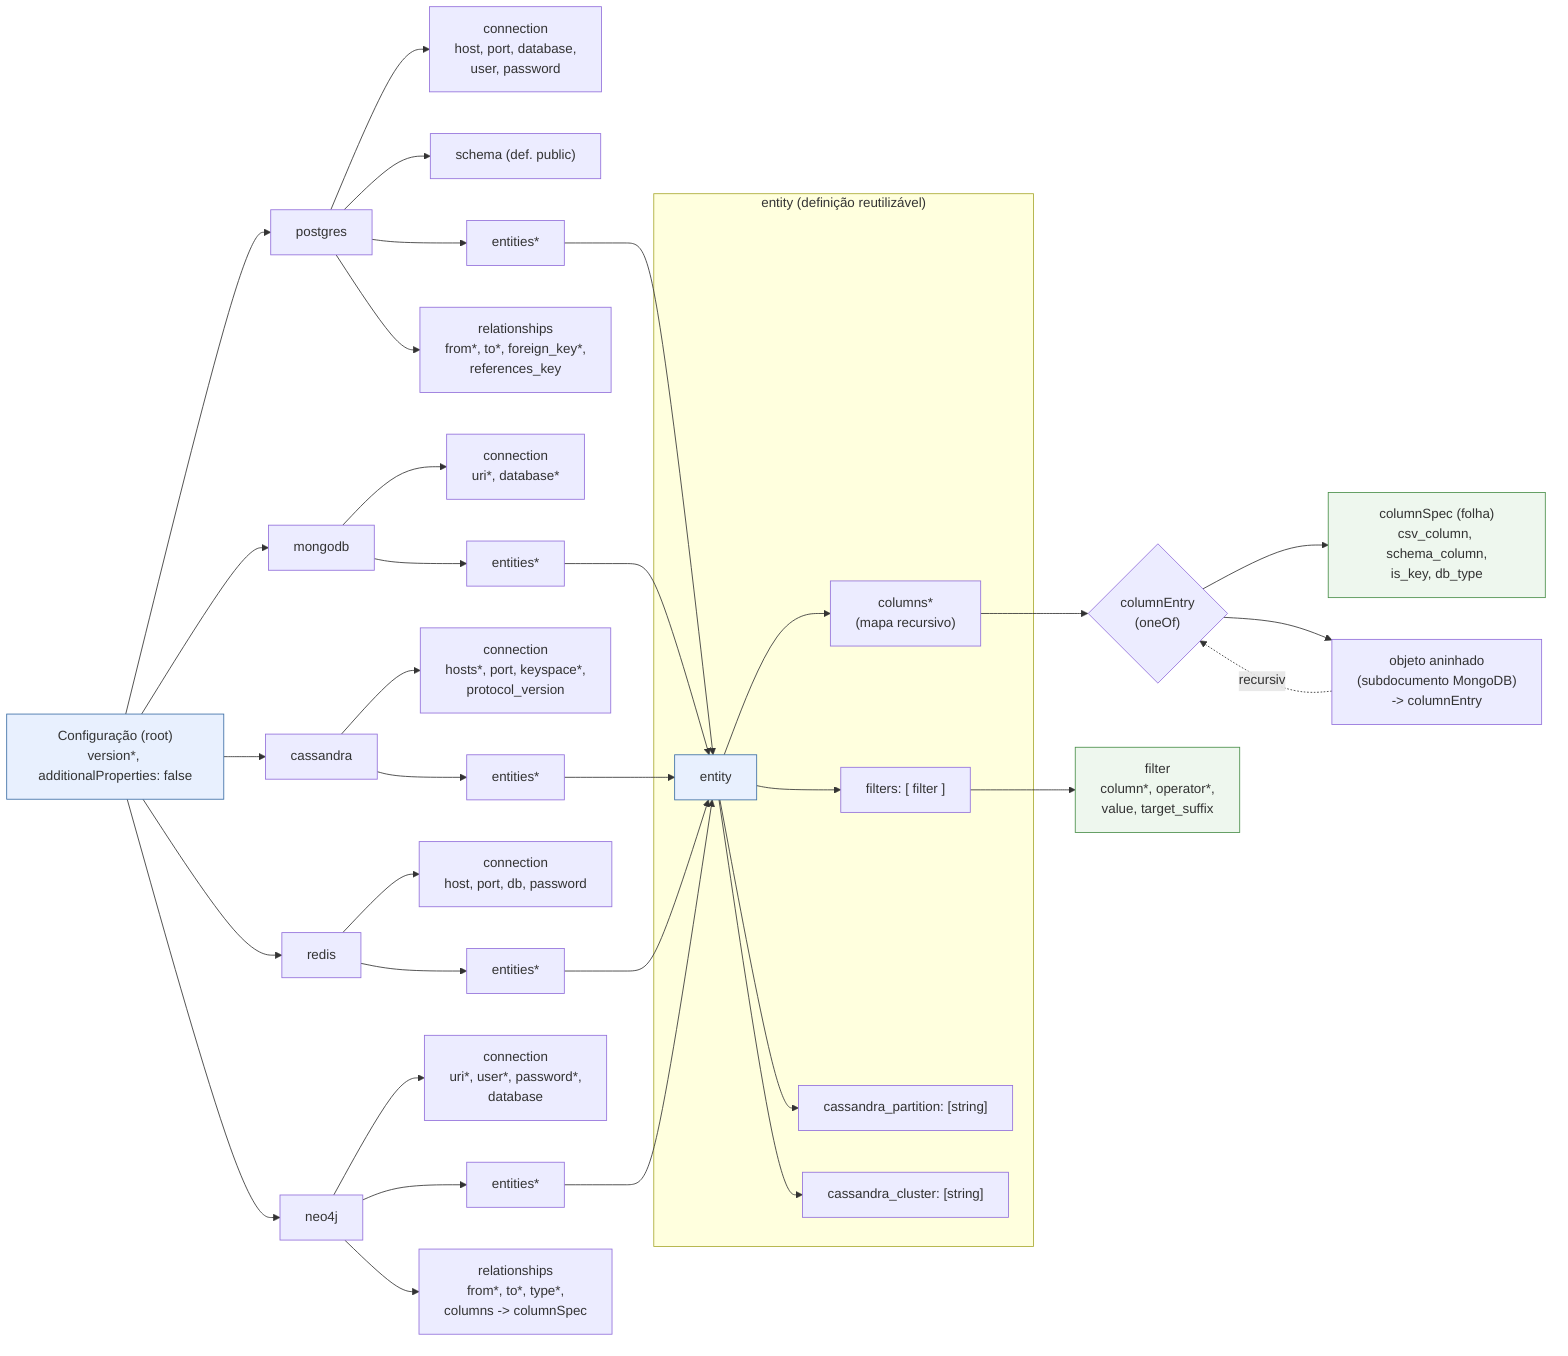
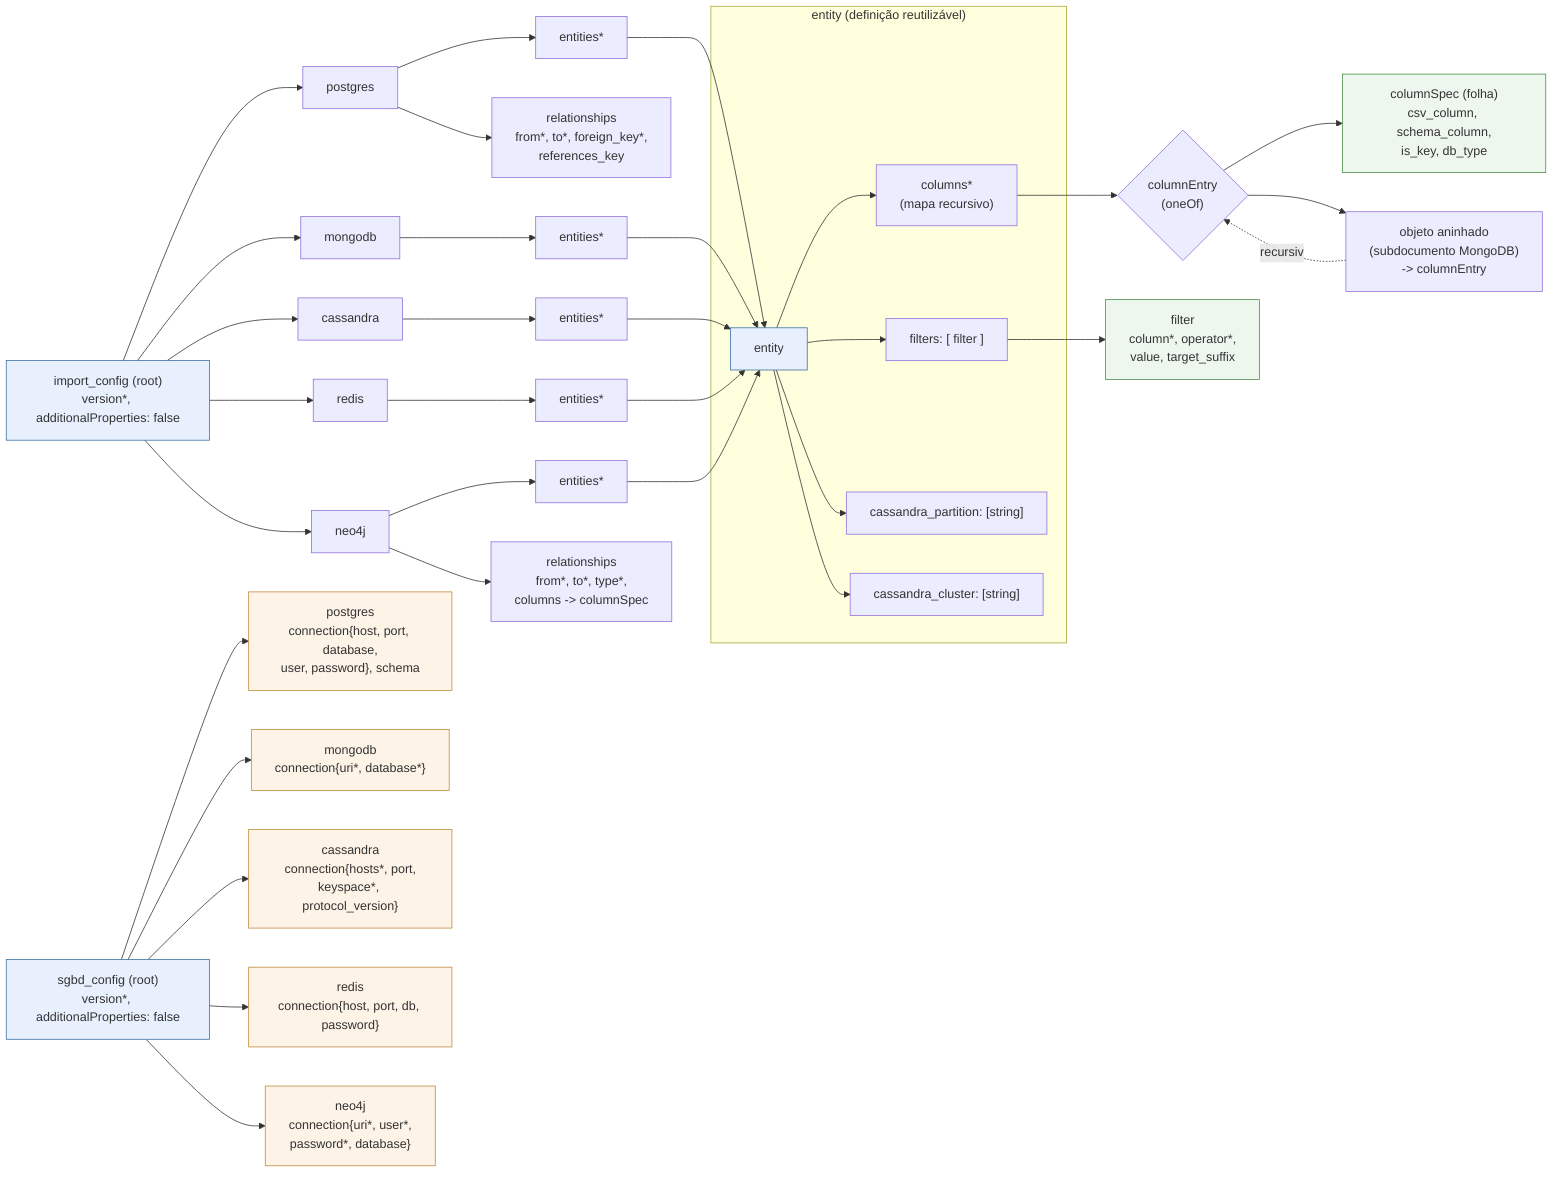
- %% Figure 4 — Polyglot Import CSV configuration JSON Schema (structure tree)
+ %% Figure 4 — Polyglot Import CSV configuration JSON Schemas (import + SGBD)
flowchart LR
-     Root["Configuração (root)<br/>version*, additionalProperties: false"]
+     %% ===== Import (mapping) schema =====
+     IRoot["import_config (root)<br/>version*, additionalProperties: false"]

-     Root --> PG["postgres"]
-     Root --> MG["mongodb"]
-     Root --> CA["cassandra"]
-     Root --> RD["redis"]
-     Root --> NE["neo4j"]
+     IRoot --> IPG["postgres"]
+     IRoot --> IMG["mongodb"]
+     IRoot --> ICA["cassandra"]
+     IRoot --> IRD["redis"]
+     IRoot --> INE["neo4j"]

-     PG --> PGconn["connection<br/>host, port, database,<br/>user, password"]
-     PG --> PGschema["schema (def. public)"]
-     PG --> PGent["entities*"]
-     PG --> PGrel["relationships<br/>from*, to*, foreign_key*,<br/>references_key"]
- 
-     MG --> MGconn["connection<br/>uri*, database*"]
-     MG --> MGent["entities*"]
- 
-     CA --> CAconn["connection<br/>hosts*, port, keyspace*,<br/>protocol_version"]
-     CA --> CAent["entities*"]
- 
-     RD --> RDconn["connection<br/>host, port, db, password"]
-     RD --> RDent["entities*"]
- 
-     NE --> NEconn["connection<br/>uri*, user*, password*,<br/>database"]
-     NE --> NEent["entities*"]
-     NE --> NErel["relationships<br/>from*, to*, type*,<br/>columns -> columnSpec"]
+     IPG --> PGent["entities*"]
+     IPG --> PGrel["relationships<br/>from*, to*, foreign_key*,<br/>references_key"]
+     IMG --> MGent["entities*"]
+     ICA --> CAent["entities*"]
+     IRD --> RDent["entities*"]
+     INE --> NEent["entities*"]
+     INE --> NErel["relationships<br/>from*, to*, type*,<br/>columns -> columnSpec"]

    PGent --> Entity
    MGent --> Entity
    CAent --> Entity
    RDent --> Entity
    NEent --> Entity

    subgraph EntityDef["entity (definição reutilizável)"]
      Entity["entity"]
      Entity --> Ecols["columns*<br/>(mapa recursivo)"]
      Entity --> Efilt["filters: [ filter ]"]
      Entity --> Epart["cassandra_partition: [string]"]
      Entity --> Eclus["cassandra_cluster: [string]"]
    end

    Ecols --> ColEntry{"columnEntry<br/>(oneOf)"}
    ColEntry --> Spec["columnSpec (folha)<br/>csv_column, schema_column,<br/>is_key, db_type"]
    ColEntry --> Branch["objeto aninhado<br/>(subdocumento MongoDB)<br/>-> columnEntry"]
    Branch -.recursivo.-> ColEntry

    Efilt --> Filter["filter<br/>column*, operator*,<br/>value, target_suffix"]

+     %% ===== SGBD (connection) schema =====
+     SRoot["sgbd_config (root)<br/>version*, additionalProperties: false"]
+     SRoot --> SPG["postgres<br/>connection{host, port, database,<br/>user, password}, schema"]
+     SRoot --> SMG["mongodb<br/>connection{uri*, database*}"]
+     SRoot --> SCA["cassandra<br/>connection{hosts*, port,<br/>keyspace*, protocol_version}"]
+     SRoot --> SRD["redis<br/>connection{host, port, db, password}"]
+     SRoot --> SNE["neo4j<br/>connection{uri*, user*,<br/>password*, database}"]
+ 
    classDef req fill:#e8f0fe,stroke:#3b6ea5;
    classDef leaf fill:#eef7ee,stroke:#4a8f4a;
-     class Root,Entity req;
+     classDef conn fill:#fdf3e7,stroke:#c08a3e;
+     class IRoot,SRoot,Entity req;
    class Spec,Filter leaf;
+     class SPG,SMG,SCA,SRD,SNE conn;
